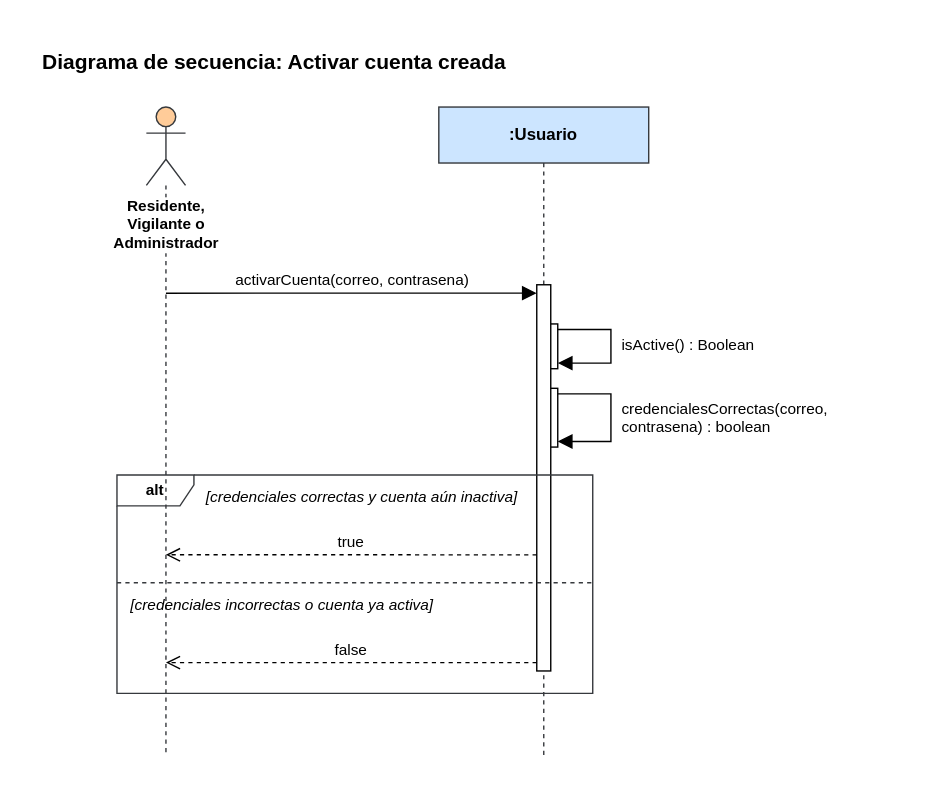
Earlier version of the draw.io export Diagramas/Secuencia/activar-cuenta-creada.svg (manuel20051208/HorizontalSoftware-Back-End). Source tidied: cells renumbered, new cells last; positions are measured from the earlier drawing's top-left corner, leaving out a move shared by most shapes.
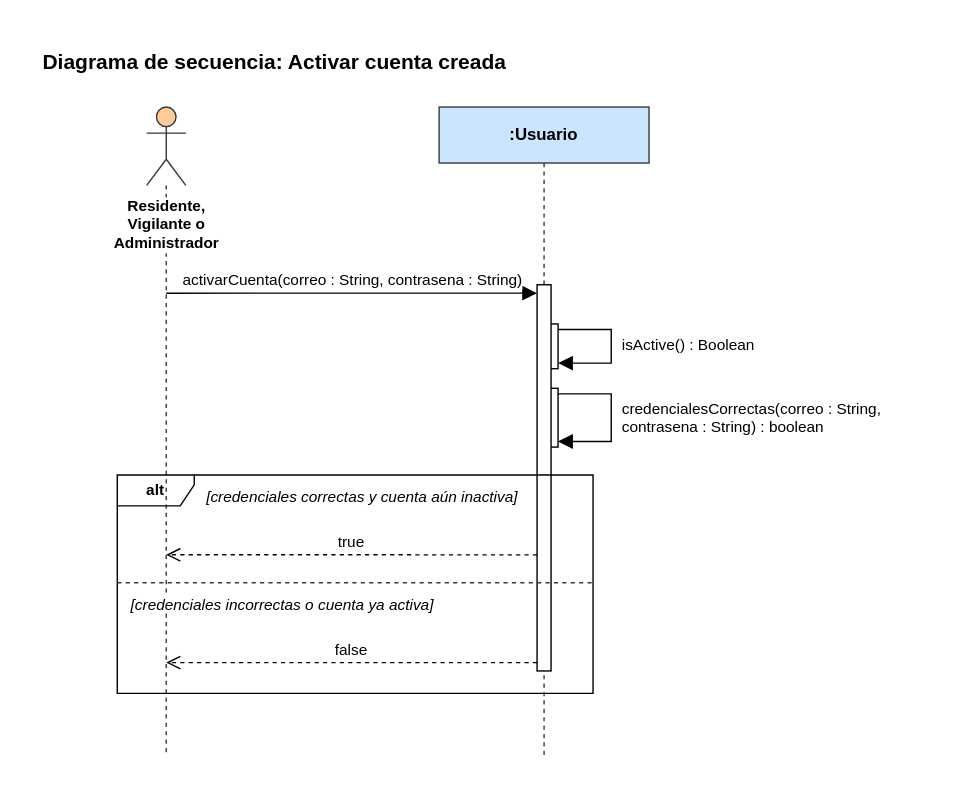
After the change.

Change to the diagram source:
```diff
@@ -20,7 +20,7 @@
     <mxCell id="7" style="html=1;points=[];perimeter=orthogonalPerimeter;fillColor=#ffffff;strokeColor=#000000;" parent="1" vertex="1">
       <mxGeometry x="355" y="175" width="10" height="276" as="geometry" />
     </mxCell>
-    <mxCell id="8" value="activarCuenta(correo, contrasena)" style="html=1;verticalAlign=bottom;rounded=0;fontSize=11;strokeColor=#000000;endArrow=block;endFill=1;endSize=8;exitX=0.5000;exitY=0.2873;exitDx=0;exitDy=0;exitPerimeter=0;entryX=0.0000;entryY=0.0217;entryDx=0;entryDy=0;entryPerimeter=0;" parent="1" edge="1" source="3" target="7">
+    <mxCell id="8" value="activarCuenta(correo : String, contrasena : String)" style="html=1;verticalAlign=bottom;rounded=0;fontSize=11;strokeColor=#000000;endArrow=block;endFill=1;endSize=8;exitX=0.5000;exitY=0.2873;exitDx=0;exitDy=0;exitPerimeter=0;entryX=0.0000;entryY=0.0217;entryDx=0;entryDy=0;entryPerimeter=0;" parent="1" edge="1" source="3" target="7">
       <mxGeometry relative="1" as="geometry" />
     </mxCell>
     <mxCell id="9" style="html=1;rounded=0;endArrow=block;endFill=1;endSize=8;strokeColor=#000000;exitX=1.0000;exitY=0.1250;exitDx=0;exitDy=0;exitPerimeter=0;entryX=1.0000;entryY=0.8750;entryDx=0;entryDy=0;entryPerimeter=0;" parent="1" edge="1" source="5" target="5">
@@ -48,10 +48,10 @@
     <mxCell id="13" value="isActive() : Boolean" style="text;html=1;align=left;verticalAlign=top;whiteSpace=wrap;overflow=hidden;fontSize=11;" parent="1" vertex="1">
       <mxGeometry x="414" y="205" width="185" height="28" as="geometry" />
     </mxCell>
-    <mxCell id="14" value="credencialesCorrectas(correo,&lt;br&gt;contrasena) : boolean" style="text;html=1;align=left;verticalAlign=top;whiteSpace=wrap;overflow=hidden;fontSize=11;" parent="1" vertex="1">
-      <mxGeometry x="414" y="251" width="185" height="38" as="geometry" />
+    <mxCell id="14" value="credencialesCorrectas(correo : String,&lt;br&gt;contrasena : String) : boolean" style="text;html=1;align=left;verticalAlign=top;whiteSpace=wrap;overflow=hidden;fontSize=11;" parent="1" vertex="1">
+      <mxGeometry x="414" y="251" width="206" height="38" as="geometry" />
     </mxCell>
-    <mxCell id="15" value="alt" style="shape=umlFrame;whiteSpace=wrap;html=1;fillColor=none;strokeColor=#36393d;fontStyle=1;fontSize=11;width=55;height=22;" parent="1" vertex="1">
+    <mxCell id="15" value="alt" style="shape=umlFrame;whiteSpace=wrap;html=1;fontStyle=1;fontSize=11;width=55;height=22;fillColor=none;" parent="1" vertex="1">
       <mxGeometry x="55" y="311" width="340" height="156" as="geometry" />
     </mxCell>
     <mxCell id="16" style="endArrow=none;dashed=1;html=1;strokeColor=#36393d;" parent="1" edge="1">
@@ -63,7 +63,7 @@
     <mxCell id="17" value="[credenciales correctas y cuenta aún inactiva]" style="text;html=1;align=left;verticalAlign=top;whiteSpace=wrap;fontSize=11;fontStyle=2;" parent="1" vertex="1">
       <mxGeometry x="117" y="314" width="270" height="22" as="geometry" />
     </mxCell>
-    <mxCell id="18" value="[credenciales incorrectas o cuenta ya activa]" style="text;html=1;align=left;verticalAlign=top;whiteSpace=wrap;fontSize=11;fontStyle=2;" parent="1" vertex="1">
+    <mxCell id="18" value="&lt;span style=&quot;background-color: #ffffff;&quot;&gt;[credenciales incorrectas o cuenta ya activa]&lt;/span&gt;" style="text;html=1;align=left;verticalAlign=top;whiteSpace=wrap;fontSize=11;fontStyle=2;" parent="1" vertex="1">
       <mxGeometry x="63" y="391" width="320" height="22" as="geometry" />
     </mxCell>
   </root>
```
